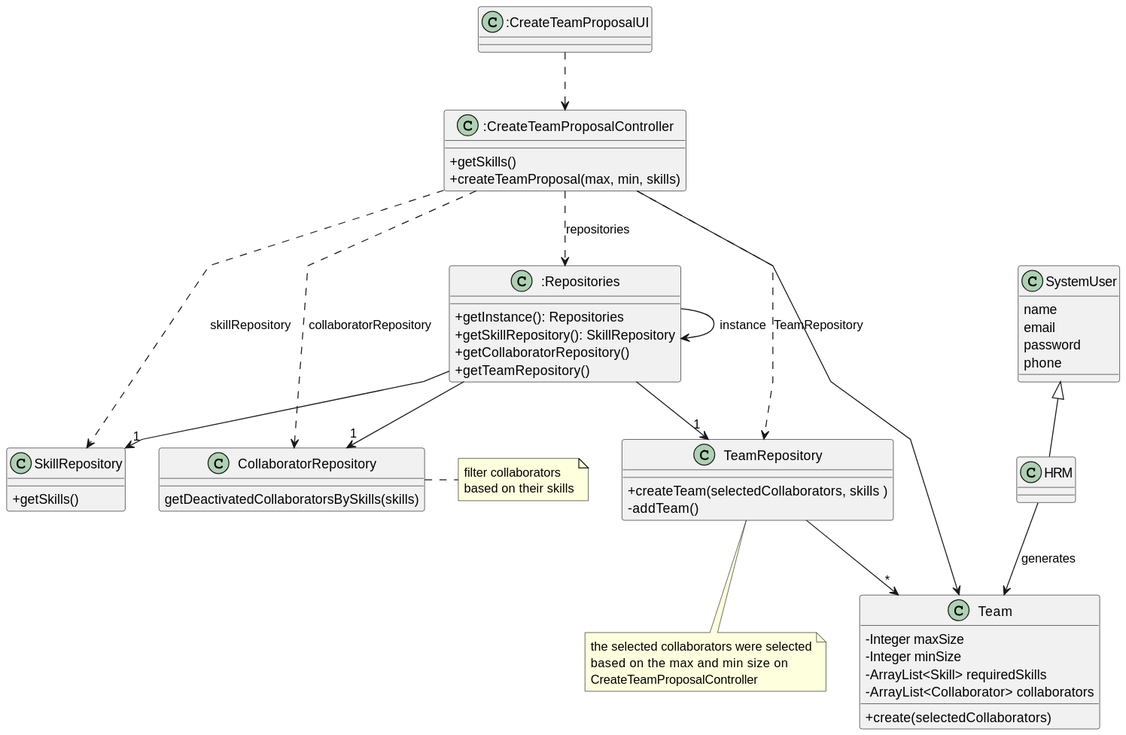
The PlantUML diagram docs/sprintB/us005/03.design/svg/us005-class-diagram.svg in Departamento-de-Engenharia-Informatica/lei-24-s2-1do-g164, before a commit.
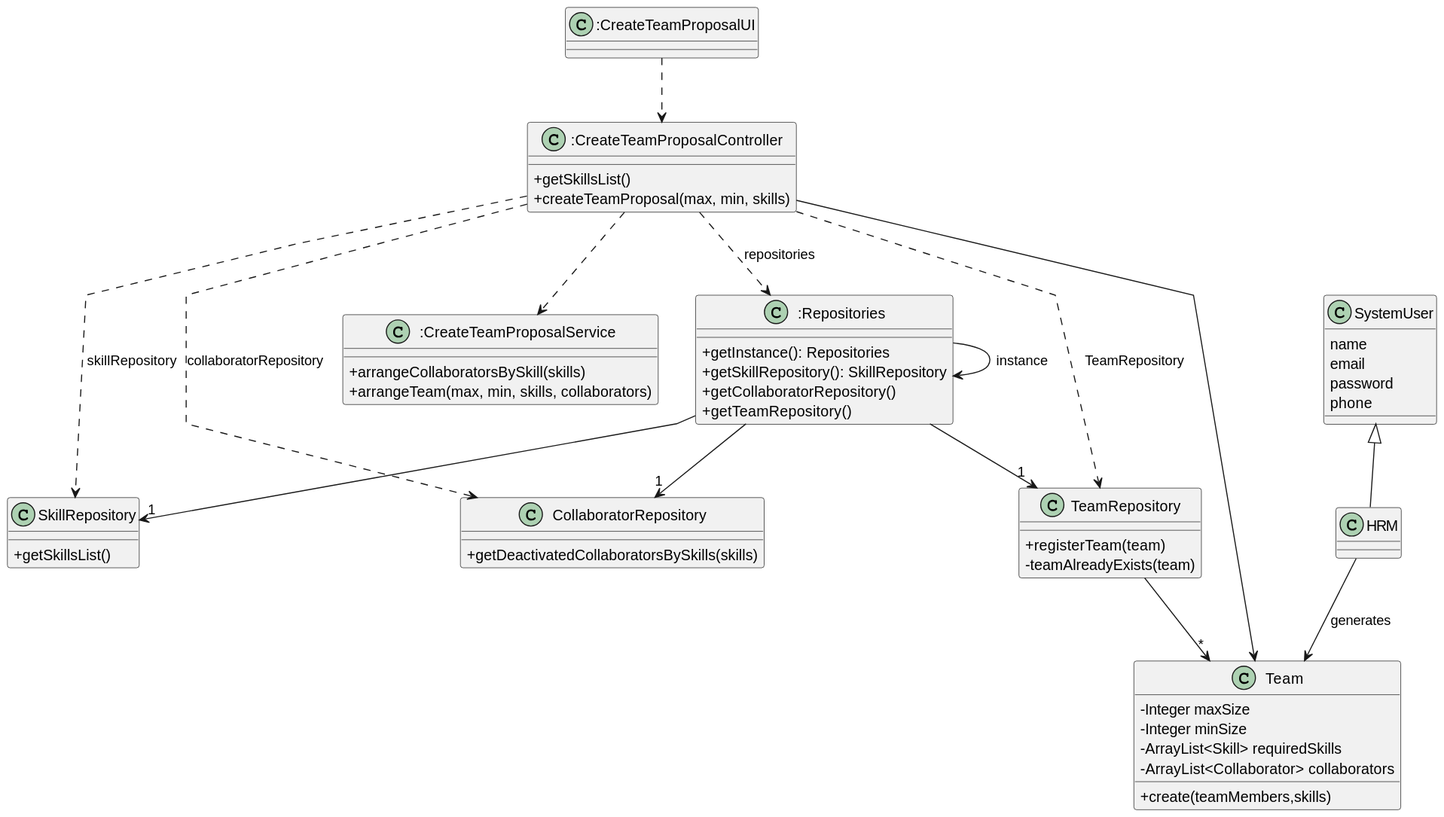
After the commit.

Diff of the diagram source:
```diff
@@ -13,12 +13,15 @@
 
 
 class ":CreateTeamProposalController" as CreateTeamProposalController {
-+getSkills()
++getSkillsList()
     +createTeamProposal(max, min, skills)
 
 }
 
-
+class ":CreateTeamProposalService" as CreateTeamProposalService {
++arrangeCollaboratorsBySkill(skills)
++ arrangeTeam(max, min, skills, collaborators)
+}
 
 class ":Repositories" as Repositories {
     +getInstance(): Repositories
@@ -28,7 +31,7 @@
 }
 
 class "SkillRepository" as SkillRepository {
-    +getSkills()
+    +getSkillsList()
 
 }
 
@@ -42,14 +45,13 @@
 }
 
 class "CollaboratorRepository" as CollaboratorRepository {
-     getDeactivatedCollaboratorsBySkills(skills)
+     +getDeactivatedCollaboratorsBySkills(skills)
 }
 
 class "TeamRepository" as TeamRepository {
-    +createTeam(selectedCollaborators, skills )
-    -addTeam()
+    +registerTeam(team)
+    -teamAlreadyExists(team)
 }
-note bottom of TeamRepository: the selected collaborators were selected\nbased on the max and min size   on\nCreateTeamProposalController
 
 class "Team" as Team {
     -Integer maxSize
@@ -57,11 +59,11 @@
     -ArrayList<Skill> requiredSkills
     -ArrayList<Collaborator> collaborators
 
-    +create(selectedCollaborators)
+   +create(teamMembers,skills)
 
 }
 
- note right of "CollaboratorRepository" : filter collaborators\nbased on their skills
+
 SystemUser <|-- HRM
 CreateTeamProposalUI ..> CreateTeamProposalController
 Repositories -> Repositories : instance
@@ -72,6 +74,7 @@
 CreateTeamProposalController ..> TeamRepository: TeamRepository
 TeamRepository  --> "*"Team
 CreateTeamProposalController --> Team
+CreateTeamProposalController ..> CreateTeamProposalService
 CreateTeamProposalController ..> SkillRepository: skillRepository
 CreateTeamProposalController ..> CollaboratorRepository: collaboratorRepository
 HRM -->  Team: generates
```
